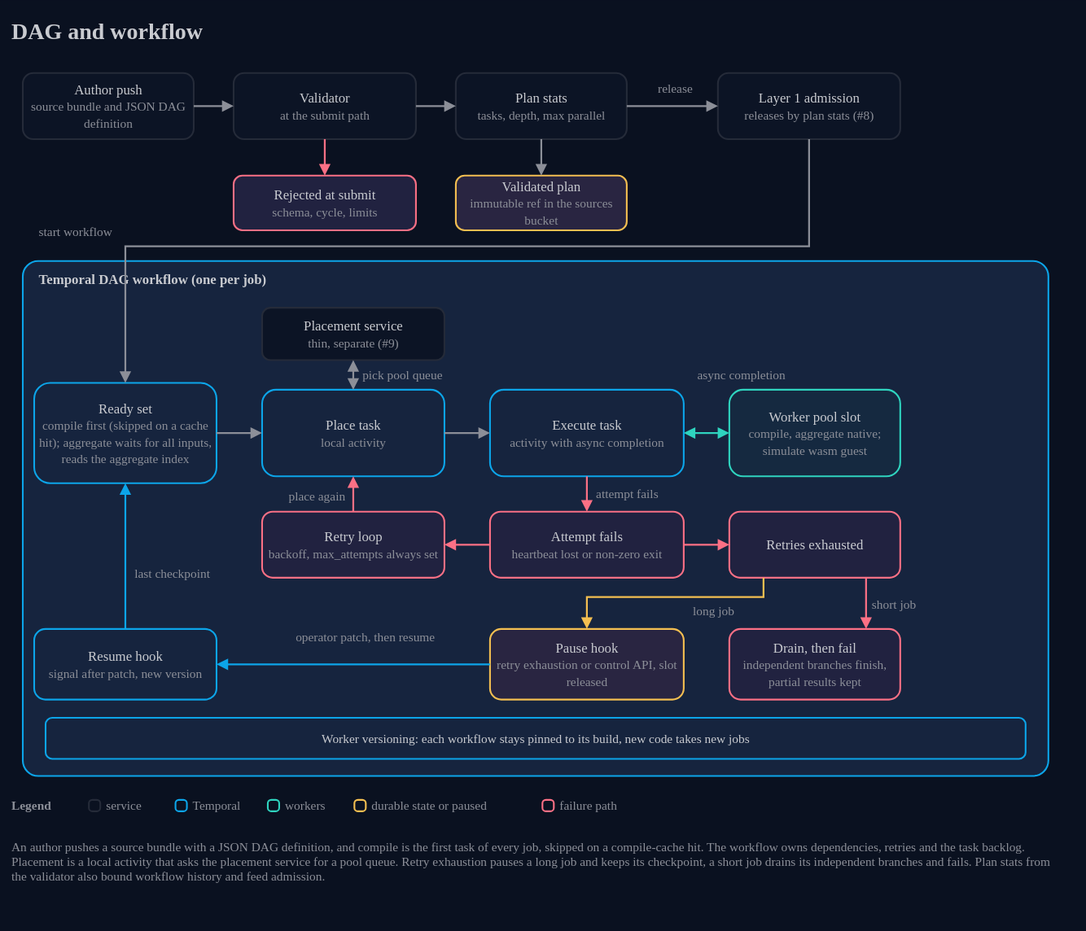
Above: docs/architecture/12-dag-and-workflow.drawio.svg in AndoNorth/wasm-dag-forge (draw.io), before the change. Source tidied: cells renumbered, new cells last; positions are measured from the earlier drawing's top-left corner, leaving out a move shared by most shapes.
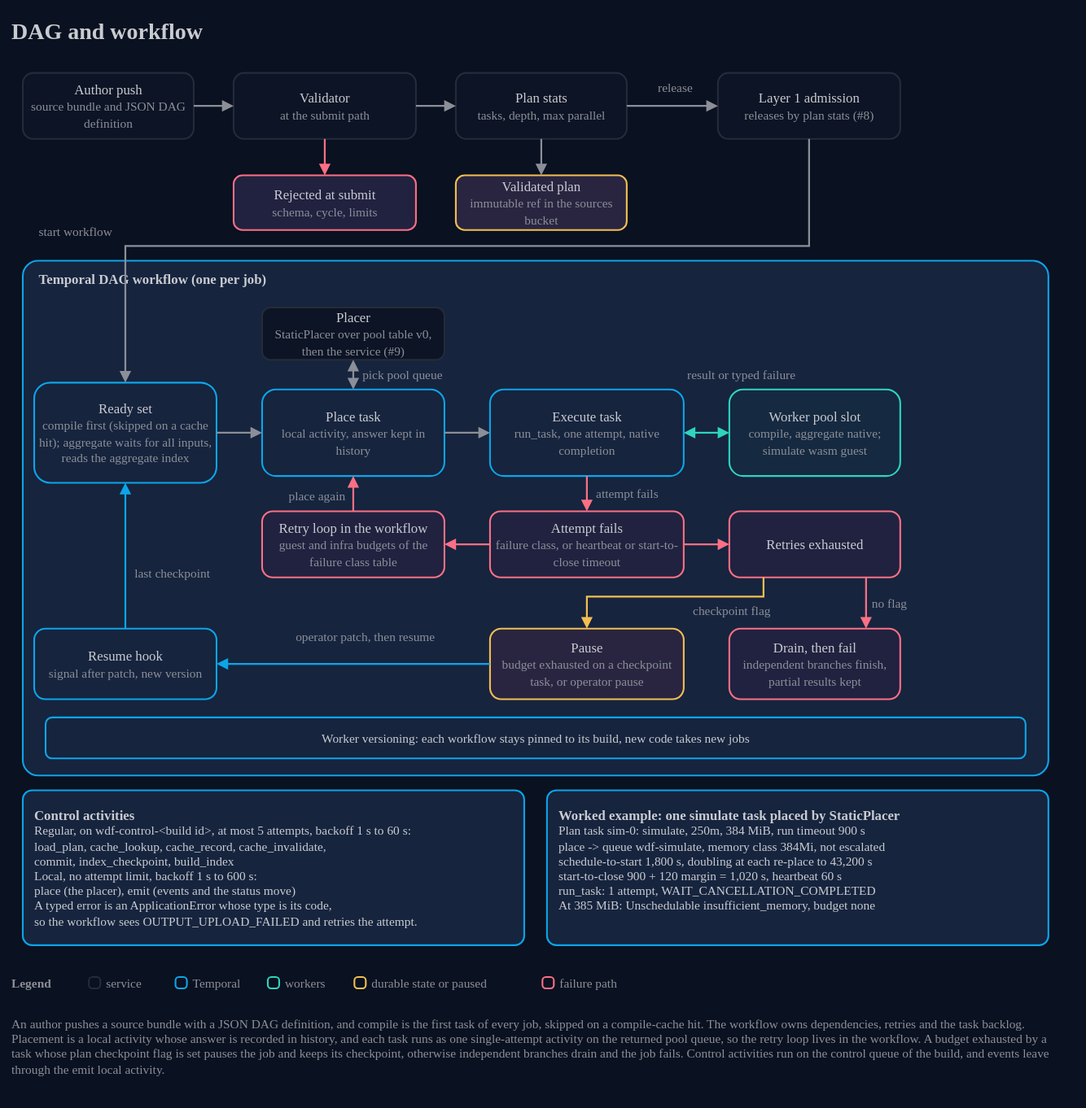
After the commit.

Change to the diagram source:
```diff
@@ -47,31 +47,31 @@
     <mxCell id="16" value="Temporal DAG workflow (one per job)" style="text;html=1;strokeColor=none;fillColor=none;align=left;verticalAlign=middle;whiteSpace=nowrap;fontColor=#c9cbd0;fontSize=12;fontStyle=1;fontFamily=IBM Plex Sans;spacing=0;" parent="1" vertex="1">
       <mxGeometry x="24" y="224" width="400" height="22" as="geometry" />
     </mxCell>
-    <mxCell id="17" value="Place task&lt;br&gt;&lt;font color=&quot;#8c8f98&quot; style=&quot;font-size:11px&quot;&gt;local activity&lt;/font&gt;" style="rounded=1;arcSize=16;html=1;whiteSpace=wrap;fillColor=#16243e;strokeColor=#0ca5e9;strokeWidth=1.5;fontColor=#c9cbd0;fontSize=12;fontFamily=IBM Plex Sans;align=center;verticalAlign=middle;" parent="1" vertex="1">
+    <mxCell id="17" value="Place task&lt;br&gt;&lt;font color=&quot;#8c8f98&quot; style=&quot;font-size:11px&quot;&gt;local activity, answer kept in history&lt;/font&gt;" style="rounded=1;arcSize=16;html=1;whiteSpace=wrap;fillColor=#16243e;strokeColor=#0ca5e9;strokeWidth=1.5;fontColor=#c9cbd0;fontSize=12;fontFamily=IBM Plex Sans;align=center;verticalAlign=middle;" parent="1" vertex="1">
       <mxGeometry x="220" y="332" width="160" height="76" as="geometry" />
     </mxCell>
-    <mxCell id="18" value="Placement service&lt;br&gt;&lt;font color=&quot;#8c8f98&quot; style=&quot;font-size:11px&quot;&gt;thin, separate (#9)&lt;/font&gt;" style="rounded=1;arcSize=16;html=1;whiteSpace=wrap;fillColor=#0c1425;strokeColor=#252b39;strokeWidth=1.5;fontColor=#c9cbd0;fontSize=12;fontFamily=IBM Plex Sans;align=center;verticalAlign=middle;" parent="1" vertex="1">
+    <mxCell id="18" value="Placer&lt;br&gt;&lt;font color=&quot;#8c8f98&quot; style=&quot;font-size:11px&quot;&gt;StaticPlacer over pool table v0, then the service (#9)&lt;/font&gt;" style="rounded=1;arcSize=16;html=1;whiteSpace=wrap;fillColor=#0c1425;strokeColor=#252b39;strokeWidth=1.5;fontColor=#c9cbd0;fontSize=12;fontFamily=IBM Plex Sans;align=center;verticalAlign=middle;" parent="1" vertex="1">
       <mxGeometry x="220" y="260" width="160" height="46" as="geometry" />
     </mxCell>
     <mxCell id="19" value="Ready set&lt;br&gt;&lt;font color=&quot;#8c8f98&quot; style=&quot;font-size:11px&quot;&gt;compile first (skipped on a cache hit); aggregate waits for all inputs, reads the aggregate index&lt;/font&gt;" style="rounded=1;arcSize=16;html=1;whiteSpace=wrap;fillColor=#16243e;strokeColor=#0ca5e9;strokeWidth=1.5;fontColor=#c9cbd0;fontSize=12;fontFamily=IBM Plex Sans;align=center;verticalAlign=middle;" parent="1" vertex="1">
       <mxGeometry x="20" y="326" width="160" height="88" as="geometry" />
     </mxCell>
-    <mxCell id="20" value="Execute task&lt;br&gt;&lt;font color=&quot;#8c8f98&quot; style=&quot;font-size:11px&quot;&gt;activity with async completion&lt;/font&gt;" style="rounded=1;arcSize=16;html=1;whiteSpace=wrap;fillColor=#16243e;strokeColor=#0ca5e9;strokeWidth=1.5;fontColor=#c9cbd0;fontSize=12;fontFamily=IBM Plex Sans;align=center;verticalAlign=middle;" parent="1" vertex="1">
+    <mxCell id="20" value="Execute task&lt;br&gt;&lt;font color=&quot;#8c8f98&quot; style=&quot;font-size:11px&quot;&gt;run_task, one attempt, native completion&lt;/font&gt;" style="rounded=1;arcSize=16;html=1;whiteSpace=wrap;fillColor=#16243e;strokeColor=#0ca5e9;strokeWidth=1.5;fontColor=#c9cbd0;fontSize=12;fontFamily=IBM Plex Sans;align=center;verticalAlign=middle;" parent="1" vertex="1">
       <mxGeometry x="420" y="332" width="170" height="76" as="geometry" />
     </mxCell>
     <mxCell id="21" value="Worker pool slot&lt;br&gt;&lt;font color=&quot;#8c8f98&quot; style=&quot;font-size:11px&quot;&gt;compile, aggregate native; simulate wasm guest&lt;/font&gt;" style="rounded=1;arcSize=16;html=1;whiteSpace=wrap;fillColor=#152940;strokeColor=#2fd4bf;strokeWidth=1.5;fontColor=#c9cbd0;fontSize=12;fontFamily=IBM Plex Sans;align=center;verticalAlign=middle;" parent="1" vertex="1">
       <mxGeometry x="630" y="332" width="150" height="76" as="geometry" />
     </mxCell>
-    <mxCell id="22" value="Retry loop&lt;br&gt;&lt;font color=&quot;#8c8f98&quot; style=&quot;font-size:11px&quot;&gt;backoff, max_attempts always set&lt;/font&gt;" style="rounded=1;arcSize=16;html=1;whiteSpace=wrap;fillColor=#212240;strokeColor=#fb7085;strokeWidth=1.5;fontColor=#c9cbd0;fontSize=12;fontFamily=IBM Plex Sans;align=center;verticalAlign=middle;" parent="1" vertex="1">
+    <mxCell id="22" value="Retry loop in the workflow&lt;br&gt;&lt;font color=&quot;#8c8f98&quot; style=&quot;font-size:11px&quot;&gt;guest and infra budgets of the failure class table&lt;/font&gt;" style="rounded=1;arcSize=16;html=1;whiteSpace=wrap;fillColor=#212240;strokeColor=#fb7085;strokeWidth=1.5;fontColor=#c9cbd0;fontSize=12;fontFamily=IBM Plex Sans;align=center;verticalAlign=middle;" parent="1" vertex="1">
       <mxGeometry x="220" y="439" width="160" height="58" as="geometry" />
     </mxCell>
-    <mxCell id="23" value="Attempt fails&lt;br&gt;&lt;font color=&quot;#8c8f98&quot; style=&quot;font-size:11px&quot;&gt;heartbeat lost or non-zero exit&lt;/font&gt;" style="rounded=1;arcSize=16;html=1;whiteSpace=wrap;fillColor=#212240;strokeColor=#fb7085;strokeWidth=1.5;fontColor=#c9cbd0;fontSize=12;fontFamily=IBM Plex Sans;align=center;verticalAlign=middle;" parent="1" vertex="1">
+    <mxCell id="23" value="Attempt fails&lt;br&gt;&lt;font color=&quot;#8c8f98&quot; style=&quot;font-size:11px&quot;&gt;failure class, or heartbeat or start-to-close timeout&lt;/font&gt;" style="rounded=1;arcSize=16;html=1;whiteSpace=wrap;fillColor=#212240;strokeColor=#fb7085;strokeWidth=1.5;fontColor=#c9cbd0;fontSize=12;fontFamily=IBM Plex Sans;align=center;verticalAlign=middle;" parent="1" vertex="1">
       <mxGeometry x="420" y="439" width="170" height="58" as="geometry" />
     </mxCell>
     <mxCell id="24" value="Retries exhausted" style="rounded=1;arcSize=16;html=1;whiteSpace=wrap;fillColor=#212240;strokeColor=#fb7085;strokeWidth=1.5;fontColor=#c9cbd0;fontSize=12;fontFamily=IBM Plex Sans;align=center;verticalAlign=middle;" parent="1" vertex="1">
       <mxGeometry x="630" y="439" width="150" height="58" as="geometry" />
     </mxCell>
-    <mxCell id="25" value="Pause hook&lt;br&gt;&lt;font color=&quot;#8c8f98&quot; style=&quot;font-size:11px&quot;&gt;retry exhaustion or control API, slot released&lt;/font&gt;" style="rounded=1;arcSize=16;html=1;whiteSpace=wrap;fillColor=#292541;strokeColor=#f4bf51;strokeWidth=1.5;fontColor=#c9cbd0;fontSize=12;fontFamily=IBM Plex Sans;align=center;verticalAlign=middle;" parent="1" vertex="1">
+    <mxCell id="25" value="Pause&lt;br&gt;&lt;font color=&quot;#8c8f98&quot; style=&quot;font-size:11px&quot;&gt;budget exhausted on a checkpoint task, or operator pause&lt;/font&gt;" style="rounded=1;arcSize=16;html=1;whiteSpace=wrap;fillColor=#292541;strokeColor=#f4bf51;strokeWidth=1.5;fontColor=#c9cbd0;fontSize=12;fontFamily=IBM Plex Sans;align=center;verticalAlign=middle;" parent="1" vertex="1">
       <mxGeometry x="420" y="542" width="170" height="62" as="geometry" />
     </mxCell>
     <mxCell id="26" value="Drain, then fail&lt;br&gt;&lt;font color=&quot;#8c8f98&quot; style=&quot;font-size:11px&quot;&gt;independent branches finish, partial results kept&lt;/font&gt;" style="rounded=1;arcSize=16;html=1;whiteSpace=wrap;fillColor=#212240;strokeColor=#fb7085;strokeWidth=1.5;fontColor=#c9cbd0;fontSize=12;fontFamily=IBM Plex Sans;align=center;verticalAlign=middle;" parent="1" vertex="1">
@@ -109,7 +109,7 @@
     <mxCell id="35" style="endArrow=block;endFill=1;startArrow=block;startFill=1;html=1;rounded=0;strokeColor=#2fd4bf;strokeWidth=1.6;exitX=1;exitY=0.5;exitDx=0;exitDy=0;entryX=0;entryY=0.5;entryDx=0;entryDy=0;" parent="1" edge="1" source="20" target="21">
       <mxGeometry relative="1" as="geometry" />
     </mxCell>
-    <mxCell id="36" value="async completion" style="text;html=1;strokeColor=none;fillColor=none;align=center;verticalAlign=middle;whiteSpace=nowrap;fontColor=#8c8f98;fontSize=11;fontFamily=IBM Plex Sans;spacing=0;" parent="1" vertex="1">
+    <mxCell id="36" value="result or typed failure" style="text;html=1;strokeColor=none;fillColor=none;align=center;verticalAlign=middle;whiteSpace=nowrap;fontColor=#8c8f98;fontSize=11;fontFamily=IBM Plex Sans;spacing=0;" parent="1" vertex="1">
       <mxGeometry x="565" y="310" width="150" height="18" as="geometry" />
     </mxCell>
     <mxCell id="37" style="endArrow=block;endFill=1;startArrow=none;startFill=1;html=1;rounded=0;strokeColor=#fb7085;strokeWidth=1.6;exitX=0.5;exitY=1;exitDx=0;exitDy=0;entryX=0.5;entryY=0;entryDx=0;entryDy=0;" parent="1" edge="1" source="20" target="23">
@@ -138,13 +138,13 @@
         </Array>
       </mxGeometry>
     </mxCell>
-    <mxCell id="44" value="long job" style="text;html=1;strokeColor=none;fillColor=none;align=left;verticalAlign=middle;whiteSpace=nowrap;fontColor=#8c8f98;fontSize=11;fontFamily=IBM Plex Sans;spacing=0;" parent="1" vertex="1">
+    <mxCell id="44" value="checkpoint flag" style="text;html=1;strokeColor=none;fillColor=none;align=left;verticalAlign=middle;whiteSpace=nowrap;fontColor=#8c8f98;fontSize=11;fontFamily=IBM Plex Sans;spacing=0;" parent="1" vertex="1">
       <mxGeometry x="598" y="517" width="60" height="18" as="geometry" />
     </mxCell>
     <mxCell id="45" style="endArrow=block;endFill=1;startArrow=none;startFill=1;html=1;rounded=0;strokeColor=#fb7085;strokeWidth=1.6;exitX=0.8;exitY=1;exitDx=0;exitDy=0;entryX=0.8;entryY=0;entryDx=0;entryDy=0;" parent="1" edge="1" source="24" target="26">
       <mxGeometry relative="1" as="geometry" />
     </mxCell>
-    <mxCell id="46" value="short job" style="text;html=1;strokeColor=none;fillColor=none;align=left;verticalAlign=middle;whiteSpace=nowrap;fontColor=#8c8f98;fontSize=11;fontFamily=IBM Plex Sans;spacing=0;" parent="1" vertex="1">
+    <mxCell id="46" value="no flag" style="text;html=1;strokeColor=none;fillColor=none;align=left;verticalAlign=middle;whiteSpace=nowrap;fontColor=#8c8f98;fontSize=11;fontFamily=IBM Plex Sans;spacing=0;" parent="1" vertex="1">
       <mxGeometry x="755" y="511" width="70" height="18" as="geometry" />
     </mxCell>
     <mxCell id="47" style="endArrow=block;endFill=1;startArrow=none;startFill=1;html=1;rounded=0;strokeColor=#0ca5e9;strokeWidth=1.6;exitX=0;exitY=0.5;exitDx=0;exitDy=0;entryX=1;entryY=0.5;entryDx=0;entryDy=0;" parent="1" edge="1" source="25" target="27">
@@ -159,41 +159,47 @@
     <mxCell id="50" value="last checkpoint" style="text;html=1;strokeColor=none;fillColor=none;align=left;verticalAlign=middle;whiteSpace=nowrap;fontColor=#8c8f98;fontSize=11;fontFamily=IBM Plex Sans;spacing=0;" parent="1" vertex="1">
       <mxGeometry x="108" y="484" width="110" height="18" as="geometry" />
     </mxCell>
+    <mxCell id="63" value="&lt;b style=&quot;font-size:12px&quot;&gt;Control activities&lt;/b&gt;&lt;br&gt;Regular, on wdf-control-&amp;lt;build id&amp;gt;, at most 5 attempts, backoff 1 s to 60 s:&lt;br&gt;  load_plan, cache_lookup, cache_record, cache_invalidate,&lt;br&gt;  commit, index_checkpoint, build_index&lt;br&gt;Local, no attempt limit, backoff 1 s to 600 s:&lt;br&gt;  place (the placer), emit (events and the status move)&lt;br&gt;A typed error is an ApplicationError whose type is its code,&lt;br&gt;so the workflow sees OUTPUT_UPLOAD_FAILED and retries the attempt." style="rounded=1;arcSize=6;html=1;whiteSpace=wrap;fillColor=#16243e;strokeColor=#0ca5e9;strokeWidth=1.5;fontColor=#c9cbd0;fontSize=11;fontFamily=IBM Plex Sans;align=left;verticalAlign=top;spacing=10;" parent="1" vertex="1">
+      <mxGeometry x="10" y="684" width="440" height="136" as="geometry" />
+    </mxCell>
+    <mxCell id="64" value="&lt;b style=&quot;font-size:12px&quot;&gt;Worked example: one simulate task placed by StaticPlacer&lt;/b&gt;&lt;br&gt;Plan task sim-0: simulate, 250m, 384 MiB, run timeout 900 s&lt;br&gt;place -&amp;gt; queue wdf-simulate, memory class 384Mi, not escalated&lt;br&gt;schedule-to-start 1,800 s, doubling at each re-place to 43,200 s&lt;br&gt;start-to-close 900 + 120 margin = 1,020 s, heartbeat 60 s&lt;br&gt;run_task: 1 attempt, WAIT_CANCELLATION_COMPLETED&lt;br&gt;At 385 MiB: Unschedulable insufficient_memory, budget none" style="rounded=1;arcSize=6;html=1;whiteSpace=wrap;fillColor=#16243e;strokeColor=#0ca5e9;strokeWidth=1.5;fontColor=#c9cbd0;fontSize=11;fontFamily=IBM Plex Sans;align=left;verticalAlign=top;spacing=10;" parent="1" vertex="1">
+      <mxGeometry x="470" y="684" width="440" height="136" as="geometry" />
+    </mxCell>
     <mxCell id="51" value="Legend" style="text;html=1;strokeColor=none;fillColor=none;align=left;verticalAlign=middle;whiteSpace=nowrap;fontColor=#8c8f98;fontSize=11;fontStyle=1;fontFamily=IBM Plex Mono;spacing=0;" parent="1" vertex="1">
-      <mxGeometry y="688" width="60" height="18" as="geometry" />
+      <mxGeometry y="844" width="60" height="18" as="geometry" />
     </mxCell>
     <mxCell id="52" style="rounded=1;arcSize=30;html=1;fillColor=none;strokeColor=#252b39;strokeWidth=1.5;" parent="1" vertex="1">
-      <mxGeometry x="68" y="692" width="10" height="10" as="geometry" />
+      <mxGeometry x="68" y="848" width="10" height="10" as="geometry" />
     </mxCell>
     <mxCell id="53" value="service" style="text;html=1;strokeColor=none;fillColor=none;align=left;verticalAlign=middle;whiteSpace=nowrap;fontColor=#8c8f98;fontSize=11;fontFamily=IBM Plex Sans;spacing=0;" parent="1" vertex="1">
-      <mxGeometry x="83" y="688" width="47" height="18" as="geometry" />
+      <mxGeometry x="83" y="844" width="47" height="18" as="geometry" />
     </mxCell>
     <mxCell id="54" style="rounded=1;arcSize=30;html=1;fillColor=none;strokeColor=#0ca5e9;strokeWidth=1.5;" parent="1" vertex="1">
-      <mxGeometry x="144" y="692" width="10" height="10" as="geometry" />
+      <mxGeometry x="144" y="848" width="10" height="10" as="geometry" />
     </mxCell>
     <mxCell id="55" value="Temporal" style="text;html=1;strokeColor=none;fillColor=none;align=left;verticalAlign=middle;whiteSpace=nowrap;fontColor=#8c8f98;fontSize=11;fontFamily=IBM Plex Sans;spacing=0;" parent="1" vertex="1">
-      <mxGeometry x="159" y="688" width="52" height="18" as="geometry" />
+      <mxGeometry x="159" y="844" width="52" height="18" as="geometry" />
     </mxCell>
     <mxCell id="56" style="rounded=1;arcSize=30;html=1;fillColor=none;strokeColor=#2fd4bf;strokeWidth=1.5;" parent="1" vertex="1">
-      <mxGeometry x="225" y="692" width="10" height="10" as="geometry" />
+      <mxGeometry x="225" y="848" width="10" height="10" as="geometry" />
     </mxCell>
     <mxCell id="57" value="workers" style="text;html=1;strokeColor=none;fillColor=none;align=left;verticalAlign=middle;whiteSpace=nowrap;fontColor=#8c8f98;fontSize=11;fontFamily=IBM Plex Sans;spacing=0;" parent="1" vertex="1">
-      <mxGeometry x="240" y="688" width="47" height="18" as="geometry" />
+      <mxGeometry x="240" y="844" width="47" height="18" as="geometry" />
     </mxCell>
     <mxCell id="58" style="rounded=1;arcSize=30;html=1;fillColor=none;strokeColor=#f4bf51;strokeWidth=1.5;" parent="1" vertex="1">
-      <mxGeometry x="301" y="692" width="10" height="10" as="geometry" />
+      <mxGeometry x="301" y="848" width="10" height="10" as="geometry" />
     </mxCell>
     <mxCell id="59" value="durable state or paused" style="text;html=1;strokeColor=none;fillColor=none;align=left;verticalAlign=middle;whiteSpace=nowrap;fontColor=#8c8f98;fontSize=11;fontFamily=IBM Plex Sans;spacing=0;" parent="1" vertex="1">
-      <mxGeometry x="316" y="688" width="136" height="18" as="geometry" />
+      <mxGeometry x="316" y="844" width="136" height="18" as="geometry" />
     </mxCell>
     <mxCell id="60" style="rounded=1;arcSize=30;html=1;fillColor=none;strokeColor=#fb7085;strokeWidth=1.5;" parent="1" vertex="1">
-      <mxGeometry x="466" y="692" width="10" height="10" as="geometry" />
+      <mxGeometry x="466" y="848" width="10" height="10" as="geometry" />
     </mxCell>
     <mxCell id="61" value="failure path" style="text;html=1;strokeColor=none;fillColor=none;align=left;verticalAlign=middle;whiteSpace=nowrap;fontColor=#8c8f98;fontSize=11;fontFamily=IBM Plex Sans;spacing=0;" parent="1" vertex="1">
-      <mxGeometry x="481" y="688" width="75" height="18" as="geometry" />
+      <mxGeometry x="481" y="844" width="75" height="18" as="geometry" />
     </mxCell>
-    <mxCell id="62" value="An author pushes a source bundle with a JSON DAG definition, and compile is the first task of every job, skipped on a compile-cache hit. The workflow owns dependencies, retries and the task backlog. Placement is a local activity that asks the placement service for a pool queue. Retry exhaustion pauses a long job and keeps its checkpoint, a short job drains its independent branches and fails. Plan stats from the validator also bound workflow history and feed admission." style="text;html=1;strokeColor=none;fillColor=none;align=left;verticalAlign=top;whiteSpace=wrap;fontColor=#8c8f98;fontSize=11;fontFamily=IBM Plex Sans;spacing=0;" parent="1" vertex="1">
-      <mxGeometry y="722" width="920" height="64" as="geometry" />
+    <mxCell id="62" value="An author pushes a source bundle with a JSON DAG definition, and compile is the first task of every job, skipped on a compile-cache hit. The workflow owns dependencies, retries and the task backlog. Placement is a local activity whose answer is recorded in history, and each task runs as one single-attempt activity on the returned pool queue, so the retry loop lives in the workflow. A budget exhausted by a task whose plan checkpoint flag is set pauses the job and keeps its checkpoint, otherwise independent branches drain and the job fails. Control activities run on the control queue of the build, and events leave through the emit local activity." style="text;html=1;strokeColor=none;fillColor=none;align=left;verticalAlign=top;whiteSpace=wrap;fontColor=#8c8f98;fontSize=11;fontFamily=IBM Plex Sans;spacing=0;" parent="1" vertex="1">
+      <mxGeometry y="878" width="920" height="64" as="geometry" />
     </mxCell>
   </root>
 </mxGraphModel>
```
